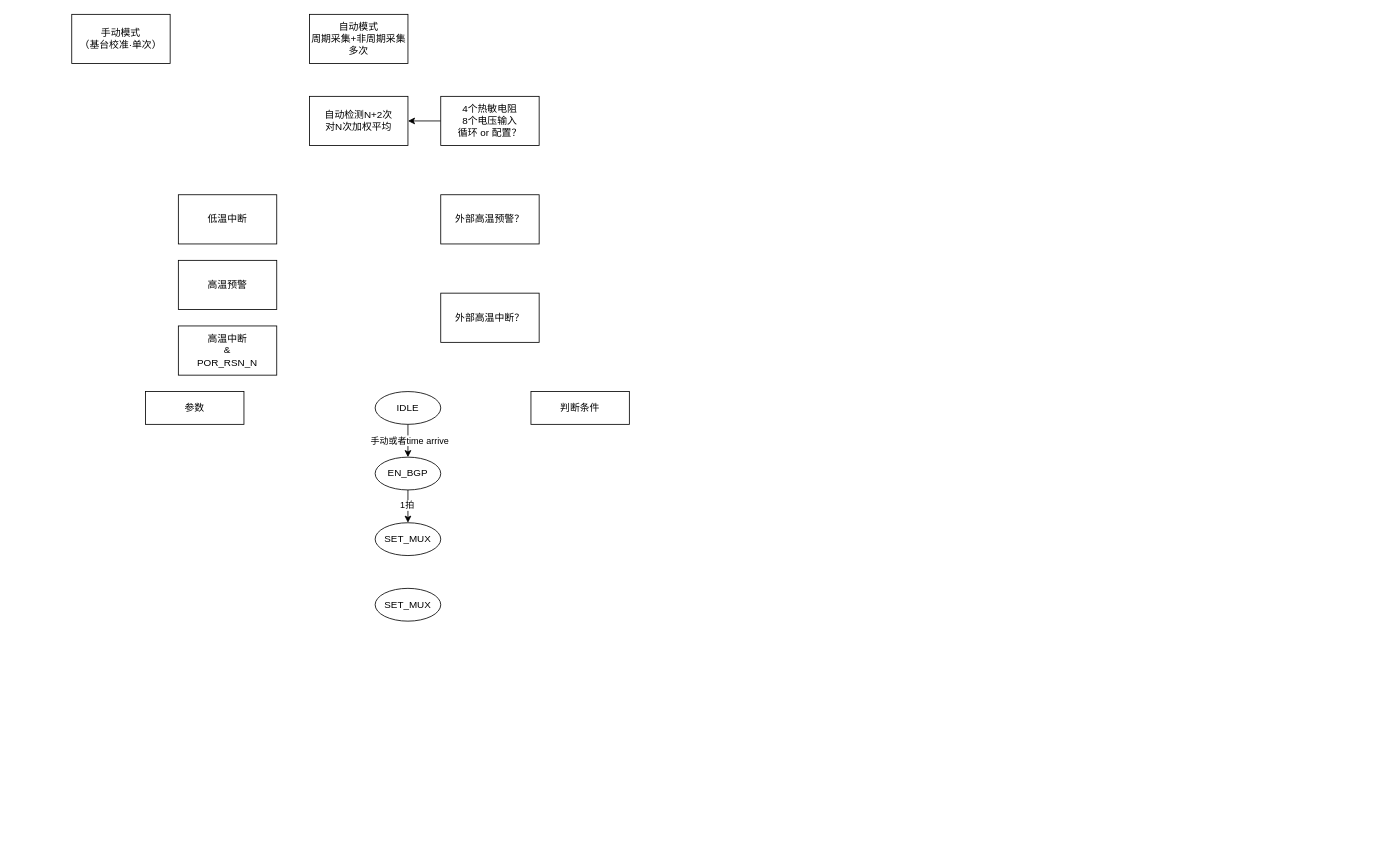
Above: page "第 2 页" (2 of 2) of axera_mc8860/mc8860_ip.drawio in howeip/Diagram (draw.io), before the change. Source tidied: cells renumbered, new cells numbered last; positions are measured from the earlier drawing's top-left corner, leaving out a move shared by most shapes. Both pictures are drawn from the tidied source at 82%, with x=0, y=0 at pixel (71, 14).
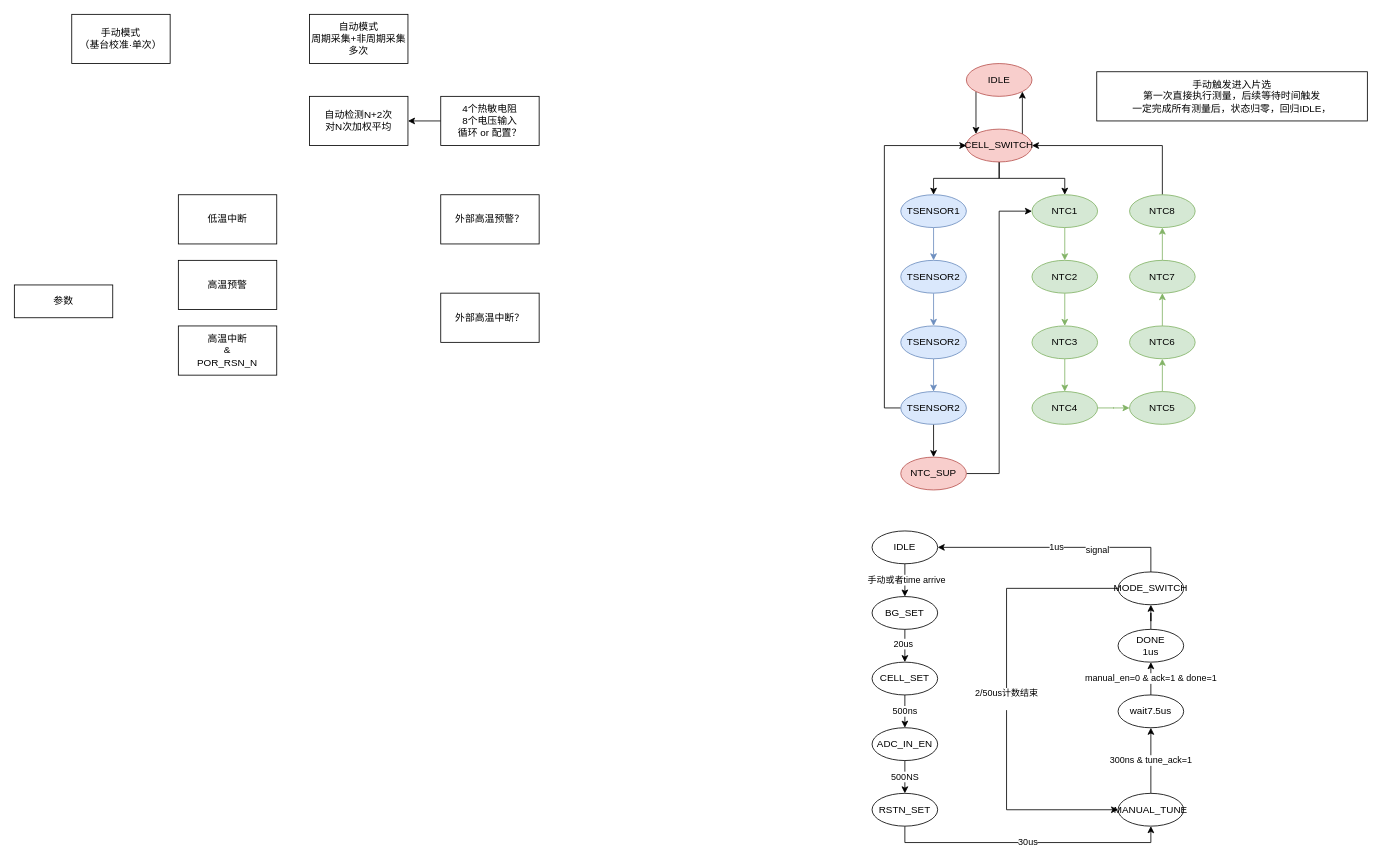
Above is the later version.

What changed in the source:
```diff
@@
     <mxCell id="10" value="参数" style="rounded=0;whiteSpace=wrap;html=1;" parent="1" vertex="1">
-      <mxGeometry x="90" y="460" width="120" height="40" as="geometry" />
+      <mxGeometry x="-70" y="330" width="120" height="40" as="geometry" />
     </mxCell>
@@
     <mxCell id="13" value="IDLE" style="ellipse;whiteSpace=wrap;html=1;" parent="1" vertex="1">
-      <mxGeometry x="370" y="460" width="80" height="40" as="geometry" />
+      <mxGeometry x="976" y="630" width="80" height="40" as="geometry" />
     </mxCell>
-    <mxCell id="14" style="edgeStyle=orthogonalEdgeStyle;rounded=0;jettySize=auto;html=1;" parent="1" edge="1" source="16" target="17">
+    <mxCell id="14" style="edgeStyle=orthogonalEdgeStyle;rounded=0;jettySize=auto;html=1;exitX=0.5;exitY=1;exitDx=0;exitDy=0;entryX=0.5;entryY=0;entryDx=0;entryDy=0;" parent="1" edge="1" source="16" target="17">
       <mxGeometry relative="1" as="geometry" />
     </mxCell>
-    <mxCell id="15" value="1拍" style="edgeLabel;html=1;align=center;verticalAlign=middle;" parent="14" vertex="1">
-      <mxGeometry x="-0.11" y="-2" relative="1" as="geometry" />
-    </mxCell>
+    <mxCell id="22" value="20us" style="edgeLabel;html=1;align=center;verticalAlign=middle;" parent="14" vertex="1">
+      <mxGeometry x="-0.14" y="-3" relative="1" as="geometry" />
+    </mxCell>
-    <mxCell id="16" value="EN_BGP" style="ellipse;whiteSpace=wrap;html=1;" parent="1" vertex="1">
-      <mxGeometry x="370" y="540" width="80" height="40" as="geometry" />
+    <mxCell id="16" value="BG_SET" style="ellipse;whiteSpace=wrap;html=1;" parent="1" vertex="1">
+      <mxGeometry x="976" y="710" width="80" height="40" as="geometry" />
     </mxCell>
+    <mxCell id="23" value="500ns" style="edgeStyle=orthogonalEdgeStyle;rounded=0;jettySize=auto;html=1;exitX=0.5;exitY=1;exitDx=0;exitDy=0;" parent="1" edge="1" source="17" target="18">
+      <mxGeometry relative="1" as="geometry" />
+    </mxCell>
-    <mxCell id="17" value="SET_MUX" style="ellipse;whiteSpace=wrap;html=1;" parent="1" vertex="1">
-      <mxGeometry x="370" y="620" width="80" height="40" as="geometry" />
+    <mxCell id="17" value="CELL_SET" style="ellipse;whiteSpace=wrap;html=1;" parent="1" vertex="1">
+      <mxGeometry x="976" y="790" width="80" height="40" as="geometry" />
     </mxCell>
+    <mxCell id="24" value="500NS" style="edgeStyle=orthogonalEdgeStyle;rounded=0;jettySize=auto;html=1;exitX=0.5;exitY=1;exitDx=0;exitDy=0;entryX=0.5;entryY=0;entryDx=0;entryDy=0;" parent="1" edge="1" source="18" target="59">
+      <mxGeometry relative="1" as="geometry" />
+    </mxCell>
-    <mxCell id="18" value="SET_MUX" style="ellipse;whiteSpace=wrap;html=1;" parent="1" vertex="1">
-      <mxGeometry x="370" y="700" width="80" height="40" as="geometry" />
+    <mxCell id="18" value="ADC_IN_EN" style="ellipse;whiteSpace=wrap;html=1;" parent="1" vertex="1">
+      <mxGeometry x="976" y="870" width="80" height="40" as="geometry" />
     </mxCell>
-    <mxCell id="19" value="判断条件" style="rounded=0;whiteSpace=wrap;html=1;" parent="1" vertex="1">
-      <mxGeometry x="560" y="460" width="120" height="40" as="geometry" />
-    </mxCell>
@@
+    <mxCell id="25" style="edgeStyle=orthogonalEdgeStyle;rounded=0;jettySize=auto;html=1;exitX=0;exitY=1;exitDx=0;exitDy=0;entryX=0;entryY=0;entryDx=0;entryDy=0;" parent="1" edge="1" source="26" target="30">
+      <mxGeometry relative="1" as="geometry" />
+    </mxCell>
+    <mxCell id="26" value="IDLE" style="ellipse;whiteSpace=wrap;html=1;fillColor=#f8cecc;strokeColor=#b85450;" parent="1" vertex="1">
+      <mxGeometry x="1091" y="60" width="80" height="40" as="geometry" />
+    </mxCell>
+    <mxCell id="27" style="edgeStyle=orthogonalEdgeStyle;rounded=0;jettySize=auto;html=1;" parent="1" edge="1" source="30" target="32">
+      <mxGeometry relative="1" as="geometry" />
+    </mxCell>
+    <mxCell id="28" style="edgeStyle=orthogonalEdgeStyle;rounded=0;jettySize=auto;html=1;exitX=0.5;exitY=1;exitDx=0;exitDy=0;entryX=0.5;entryY=0;entryDx=0;entryDy=0;" parent="1" edge="1" source="30" target="34">
+      <mxGeometry relative="1" as="geometry" />
+    </mxCell>
+    <mxCell id="29" style="edgeStyle=orthogonalEdgeStyle;rounded=0;jettySize=auto;html=1;exitX=1;exitY=0;exitDx=0;exitDy=0;entryX=1;entryY=1;entryDx=0;entryDy=0;" parent="1" edge="1" source="30" target="26">
+      <mxGeometry relative="1" as="geometry" />
+    </mxCell>
+    <mxCell id="30" value="CELL_SWITCH" style="ellipse;whiteSpace=wrap;html=1;fillColor=#f8cecc;strokeColor=#b85450;" parent="1" vertex="1">
+      <mxGeometry x="1091" y="140" width="80" height="40" as="geometry" />
+    </mxCell>
+    <mxCell id="31" style="edgeStyle=orthogonalEdgeStyle;rounded=0;jettySize=auto;html=1;fillColor=#dae8fc;strokeColor=#6c8ebf;" parent="1" edge="1" source="32" target="36">
+      <mxGeometry relative="1" as="geometry" />
+    </mxCell>
+    <mxCell id="32" value="TSENSOR1" style="ellipse;whiteSpace=wrap;html=1;fillColor=#dae8fc;strokeColor=#6c8ebf;" parent="1" vertex="1">
+      <mxGeometry x="1011" y="220" width="80" height="40" as="geometry" />
+    </mxCell>
+    <mxCell id="33" style="edgeStyle=orthogonalEdgeStyle;rounded=0;jettySize=auto;html=1;fillColor=#d5e8d4;strokeColor=#82b366;" parent="1" edge="1" source="34" target="43">
+      <mxGeometry relative="1" as="geometry" />
+    </mxCell>
+    <mxCell id="34" value="NTC1" style="ellipse;whiteSpace=wrap;html=1;fillColor=#d5e8d4;strokeColor=#82b366;" parent="1" vertex="1">
+      <mxGeometry x="1171" y="220" width="80" height="40" as="geometry" />
+    </mxCell>
+    <mxCell id="35" style="edgeStyle=orthogonalEdgeStyle;rounded=0;jettySize=auto;html=1;fillColor=#dae8fc;strokeColor=#6c8ebf;" parent="1" edge="1" source="36" target="38">
+      <mxGeometry relative="1" as="geometry" />
+    </mxCell>
+    <mxCell id="36" value="TSENSOR2" style="ellipse;whiteSpace=wrap;html=1;fillColor=#dae8fc;strokeColor=#6c8ebf;" parent="1" vertex="1">
+      <mxGeometry x="1011" y="300" width="80" height="40" as="geometry" />
+    </mxCell>
+    <mxCell id="37" style="edgeStyle=orthogonalEdgeStyle;rounded=0;jettySize=auto;html=1;fillColor=#dae8fc;strokeColor=#6c8ebf;" parent="1" edge="1" source="38" target="41">
+      <mxGeometry relative="1" as="geometry" />
+    </mxCell>
+    <mxCell id="38" value="TSENSOR2" style="ellipse;whiteSpace=wrap;html=1;fillColor=#dae8fc;strokeColor=#6c8ebf;" parent="1" vertex="1">
+      <mxGeometry x="1011" y="380" width="80" height="40" as="geometry" />
+    </mxCell>
+    <mxCell id="39" style="edgeStyle=orthogonalEdgeStyle;rounded=0;jettySize=auto;html=1;" parent="1" edge="1" source="41" target="57">
+      <mxGeometry relative="1" as="geometry" />
+    </mxCell>
+    <mxCell id="40" style="edgeStyle=orthogonalEdgeStyle;rounded=0;jettySize=auto;html=1;exitX=0;exitY=0.5;exitDx=0;exitDy=0;entryX=0;entryY=0.5;entryDx=0;entryDy=0;" parent="1" edge="1" source="41" target="30">
+      <mxGeometry relative="1" as="geometry" />
+    </mxCell>
+    <mxCell id="41" value="TSENSOR2" style="ellipse;whiteSpace=wrap;html=1;fillColor=#dae8fc;strokeColor=#6c8ebf;" parent="1" vertex="1">
+      <mxGeometry x="1011" y="460" width="80" height="40" as="geometry" />
+    </mxCell>
+    <mxCell id="42" style="edgeStyle=orthogonalEdgeStyle;rounded=0;jettySize=auto;html=1;fillColor=#d5e8d4;strokeColor=#82b366;" parent="1" edge="1" source="43" target="45">
+      <mxGeometry relative="1" as="geometry" />
+    </mxCell>
+    <mxCell id="43" value="NTC2" style="ellipse;whiteSpace=wrap;html=1;fillColor=#d5e8d4;strokeColor=#82b366;" parent="1" vertex="1">
+      <mxGeometry x="1171" y="300" width="80" height="40" as="geometry" />
+    </mxCell>
+    <mxCell id="44" style="edgeStyle=orthogonalEdgeStyle;rounded=0;jettySize=auto;html=1;fillColor=#d5e8d4;strokeColor=#82b366;" parent="1" edge="1" source="45" target="47">
+      <mxGeometry relative="1" as="geometry" />
+    </mxCell>
+    <mxCell id="45" value="NTC3" style="ellipse;whiteSpace=wrap;html=1;fillColor=#d5e8d4;strokeColor=#82b366;" parent="1" vertex="1">
+      <mxGeometry x="1171" y="380" width="80" height="40" as="geometry" />
+    </mxCell>
+    <mxCell id="46" style="edgeStyle=orthogonalEdgeStyle;rounded=0;jettySize=auto;html=1;fillColor=#d5e8d4;strokeColor=#82b366;" parent="1" edge="1" source="47" target="49">
+      <mxGeometry relative="1" as="geometry" />
+    </mxCell>
+    <mxCell id="47" value="NTC4" style="ellipse;whiteSpace=wrap;html=1;fillColor=#d5e8d4;strokeColor=#82b366;" parent="1" vertex="1">
+      <mxGeometry x="1171" y="460" width="80" height="40" as="geometry" />
+    </mxCell>
+    <mxCell id="48" style="edgeStyle=orthogonalEdgeStyle;rounded=0;jettySize=auto;html=1;fillColor=#d5e8d4;strokeColor=#82b366;" parent="1" edge="1" source="49" target="51">
+      <mxGeometry relative="1" as="geometry" />
+    </mxCell>
+    <mxCell id="49" value="NTC5" style="ellipse;whiteSpace=wrap;html=1;fillColor=#d5e8d4;strokeColor=#82b366;" parent="1" vertex="1">
+      <mxGeometry x="1290" y="460" width="80" height="40" as="geometry" />
+    </mxCell>
+    <mxCell id="50" style="edgeStyle=orthogonalEdgeStyle;rounded=0;jettySize=auto;html=1;fillColor=#d5e8d4;strokeColor=#82b366;" parent="1" edge="1" source="51" target="53">
+      <mxGeometry relative="1" as="geometry" />
+    </mxCell>
+    <mxCell id="51" value="NTC6" style="ellipse;whiteSpace=wrap;html=1;fillColor=#d5e8d4;strokeColor=#82b366;" parent="1" vertex="1">
+      <mxGeometry x="1290" y="380" width="80" height="40" as="geometry" />
+    </mxCell>
+    <mxCell id="52" style="edgeStyle=orthogonalEdgeStyle;rounded=0;jettySize=auto;html=1;fillColor=#d5e8d4;strokeColor=#82b366;" parent="1" edge="1" source="53" target="55">
+      <mxGeometry relative="1" as="geometry" />
+    </mxCell>
+    <mxCell id="53" value="NTC7" style="ellipse;whiteSpace=wrap;html=1;fillColor=#d5e8d4;strokeColor=#82b366;" parent="1" vertex="1">
+      <mxGeometry x="1290" y="300" width="80" height="40" as="geometry" />
+    </mxCell>
+    <mxCell id="54" style="edgeStyle=orthogonalEdgeStyle;rounded=0;jettySize=auto;html=1;exitX=0.5;exitY=0;exitDx=0;exitDy=0;entryX=1;entryY=0.5;entryDx=0;entryDy=0;" parent="1" edge="1" source="55" target="30">
+      <mxGeometry relative="1" as="geometry" />
+    </mxCell>
+    <mxCell id="55" value="NTC8" style="ellipse;whiteSpace=wrap;html=1;fillColor=#d5e8d4;strokeColor=#82b366;" parent="1" vertex="1">
+      <mxGeometry x="1290" y="220" width="80" height="40" as="geometry" />
+    </mxCell>
+    <mxCell id="56" style="edgeStyle=orthogonalEdgeStyle;rounded=0;jettySize=auto;html=1;exitX=1;exitY=0.5;exitDx=0;exitDy=0;entryX=0;entryY=0.5;entryDx=0;entryDy=0;" parent="1" edge="1" source="57" target="34">
+      <mxGeometry relative="1" as="geometry" />
+    </mxCell>
+    <mxCell id="57" value="NTC_SUP" style="ellipse;whiteSpace=wrap;html=1;fillColor=#f8cecc;strokeColor=#b85450;" parent="1" vertex="1">
+      <mxGeometry x="1011" y="540" width="80" height="40" as="geometry" />
+    </mxCell>
+    <mxCell id="58" value="30us" style="edgeStyle=orthogonalEdgeStyle;rounded=0;jettySize=auto;html=1;exitX=0.5;exitY=1;exitDx=0;exitDy=0;entryX=0.5;entryY=1;entryDx=0;entryDy=0;" parent="1" edge="1" source="59" target="61">
+      <mxGeometry relative="1" as="geometry">
+        <Array as="points">
+          <mxPoint x="1016" y="1010" />
+          <mxPoint x="1316" y="1010" />
+        </Array>
+      </mxGeometry>
+    </mxCell>
+    <mxCell id="59" value="RSTN_SET" style="ellipse;whiteSpace=wrap;html=1;" parent="1" vertex="1">
+      <mxGeometry x="976" y="950" width="80" height="40" as="geometry" />
+    </mxCell>
+    <mxCell id="60" value="300ns &amp;amp; tune_ack=1" style="edgeStyle=orthogonalEdgeStyle;rounded=0;jettySize=auto;html=1;" parent="1" edge="1" source="61" target="63">
+      <mxGeometry relative="1" as="geometry" />
+    </mxCell>
+    <mxCell id="61" value="MANUAL_TUNE" style="ellipse;whiteSpace=wrap;html=1;" parent="1" vertex="1">
+      <mxGeometry x="1276" y="950" width="80" height="40" as="geometry" />
+    </mxCell>
+    <mxCell id="62" value="manual_en=0 &amp;amp; ack=1 &amp;amp; done=1" style="edgeStyle=orthogonalEdgeStyle;rounded=0;jettySize=auto;html=1;" parent="1" edge="1" source="63" target="68">
+      <mxGeometry relative="1" as="geometry" />
+    </mxCell>
+    <mxCell id="63" value="wait7.5us" style="ellipse;whiteSpace=wrap;html=1;" parent="1" vertex="1">
+      <mxGeometry x="1276" y="830" width="80" height="40" as="geometry" />
+    </mxCell>
+    <mxCell id="64" value="1us" style="edgeStyle=orthogonalEdgeStyle;rounded=0;jettySize=auto;html=1;entryX=1;entryY=0.5;entryDx=0;entryDy=0;exitX=0.5;exitY=0;exitDx=0;exitDy=0;" parent="1" edge="1" source="69" target="13">
+      <mxGeometry relative="1" as="geometry" />
+    </mxCell>
+    <mxCell id="65" value="signal" style="edgeLabel;html=1;align=center;verticalAlign=middle;" parent="64" vertex="1">
+      <mxGeometry x="-0.34" y="2" relative="1" as="geometry" />
+    </mxCell>
+    <mxCell id="66" value="2/50us计数结束&lt;div&gt;&lt;br&gt;&lt;/div&gt;" style="edgeStyle=orthogonalEdgeStyle;rounded=0;jettySize=auto;html=1;exitX=0;exitY=0.5;exitDx=0;exitDy=0;" parent="1" edge="1" source="69">
+      <mxGeometry relative="1" as="geometry">
+        <mxPoint x="1276" y="970" as="targetPoint" />
+        <Array as="points">
+          <mxPoint x="1140" y="700" />
+          <mxPoint x="1140" y="970" />
+        </Array>
+      </mxGeometry>
+    </mxCell>
+    <mxCell id="67" style="edgeStyle=orthogonalEdgeStyle;rounded=0;jettySize=auto;html=1;" parent="1" edge="1" source="68" target="69">
+      <mxGeometry relative="1" as="geometry" />
+    </mxCell>
+    <mxCell id="68" value="DONE&lt;div&gt;1us&lt;/div&gt;" style="ellipse;whiteSpace=wrap;html=1;" parent="1" vertex="1">
+      <mxGeometry x="1276" y="750" width="80" height="40" as="geometry" />
+    </mxCell>
+    <mxCell id="69" value="MODE_SWITCH" style="ellipse;whiteSpace=wrap;html=1;" parent="1" vertex="1">
+      <mxGeometry x="1276" y="680" width="80" height="40" as="geometry" />
+    </mxCell>
+    <mxCell id="70" value="手动触发进入片选&lt;div&gt;第一次直接执行测量，后续等待时间触发&lt;/div&gt;&lt;div&gt;一定完成所有测量后，状态归零，回归IDLE，&lt;/div&gt;" style="rounded=0;whiteSpace=wrap;html=1;" parent="1" vertex="1">
+      <mxGeometry x="1250" y="70" width="330" height="60" as="geometry" />
+    </mxCell>
```
